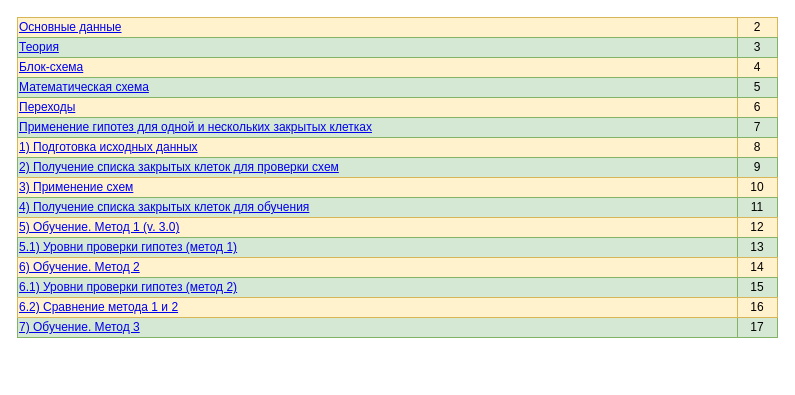
Above: page "Оглавление" (1 of 19) of docs/Описание работы.drawio in xex238/Diploma_2022 (draw.io), before the change. Source tidied: cells renumbered, new cells numbered last; positions are measured from the earlier drawing's top-left corner, leaving out a move shared by most shapes. Both pictures are drawn from the tidied source at 100%, with x=0, y=0 at pixel (17, 17).
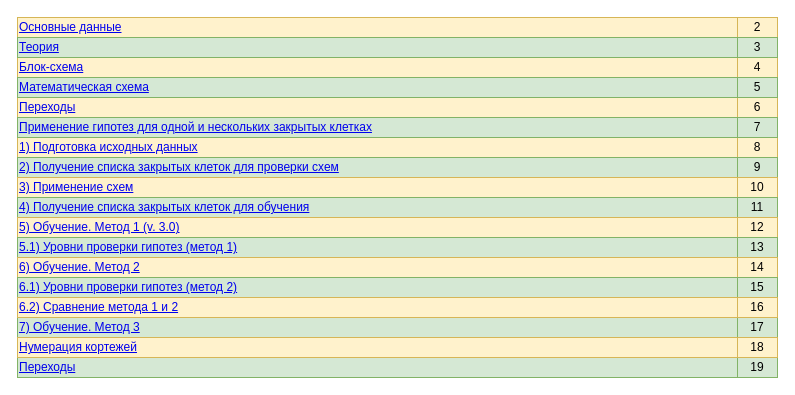
The same diagram, later.

What changed in the source:
```diff
@@
+    <mxCell id="34" value="&lt;a href=&quot;data:page/id,JJfjCcwTlWX1RaJ6Cmmk&quot;&gt;Переходы&lt;/a&gt;" style="text;html=1;strokeColor=#82b366;fillColor=#d5e8d4;align=left;verticalAlign=middle;whiteSpace=wrap;rounded=0;" parent="1" vertex="1">
+      <mxGeometry y="340" width="720" height="20" as="geometry" />
+    </mxCell>
+    <mxCell id="35" value="19" style="text;html=1;strokeColor=#82b366;fillColor=#d5e8d4;align=center;verticalAlign=middle;whiteSpace=wrap;rounded=0;" parent="1" vertex="1">
+      <mxGeometry x="720" y="340" width="40" height="20" as="geometry" />
+    </mxCell>
+    <mxCell id="36" value="&lt;a href=&quot;data:page/id,cM66HaXVukcYhsnjB6kG&quot;&gt;Нумерация кортежей&lt;/a&gt;" style="text;html=1;strokeColor=#d6b656;fillColor=#fff2cc;align=left;verticalAlign=middle;whiteSpace=wrap;rounded=0;" parent="1" vertex="1">
+      <mxGeometry y="320" width="720" height="20" as="geometry" />
+    </mxCell>
+    <mxCell id="37" value="18" style="text;html=1;strokeColor=#d6b656;fillColor=#fff2cc;align=center;verticalAlign=middle;whiteSpace=wrap;rounded=0;" parent="1" vertex="1">
+      <mxGeometry x="720" y="320" width="40" height="20" as="geometry" />
+    </mxCell>
```
